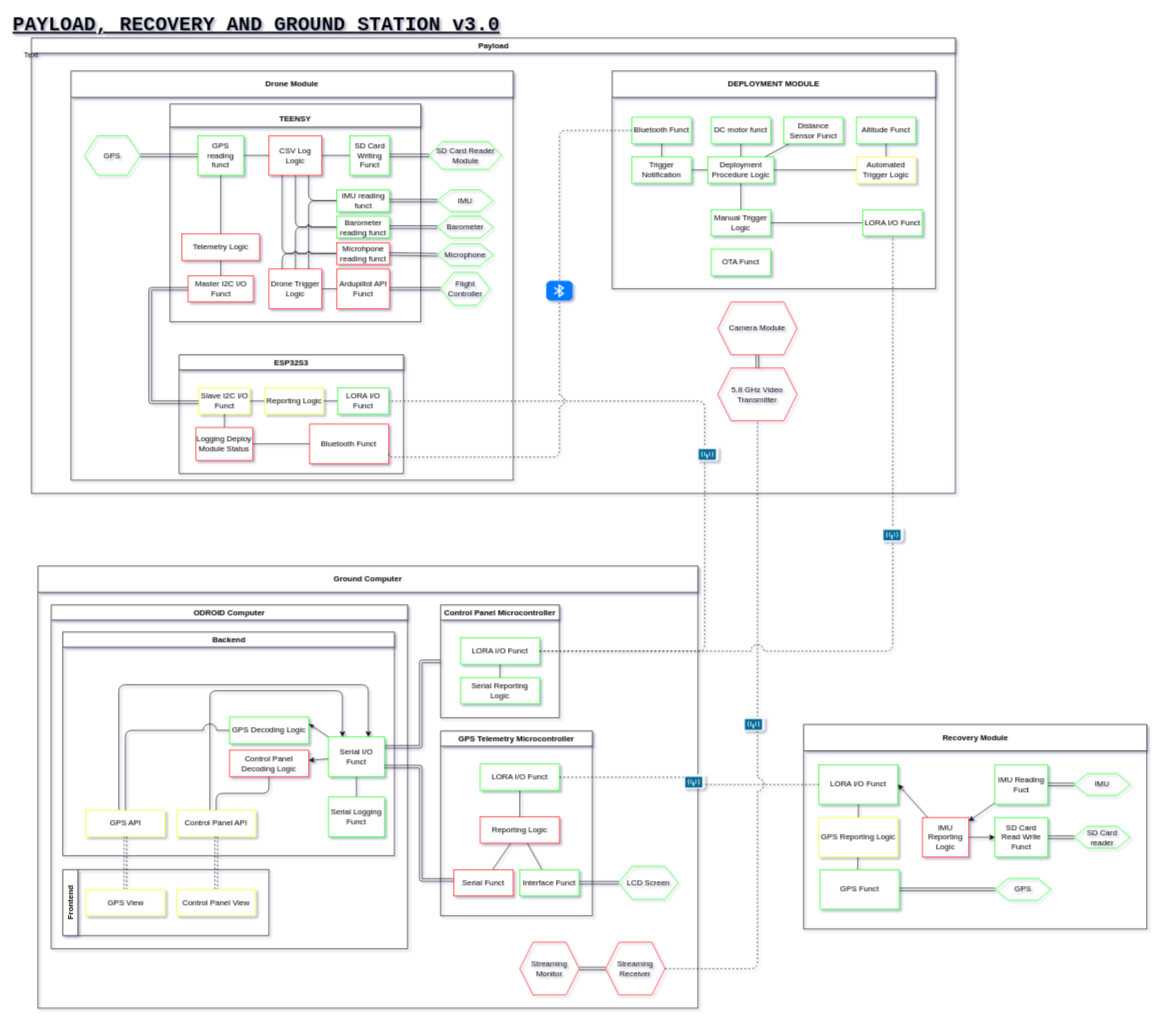
Above: page "Page-2" (1 of 6) of Design/Payload_charts.drawio in usfsoar/NSL_23-24_PayloadEECS (draw.io), before the change. Source tidied: cells renumbered, new cells numbered last; positions are measured from the earlier drawing's top-left corner, leaving out a move shared by most shapes. Both pictures are drawn from the tidied source at 66%, with x=0, y=0 at pixel (11, 11).
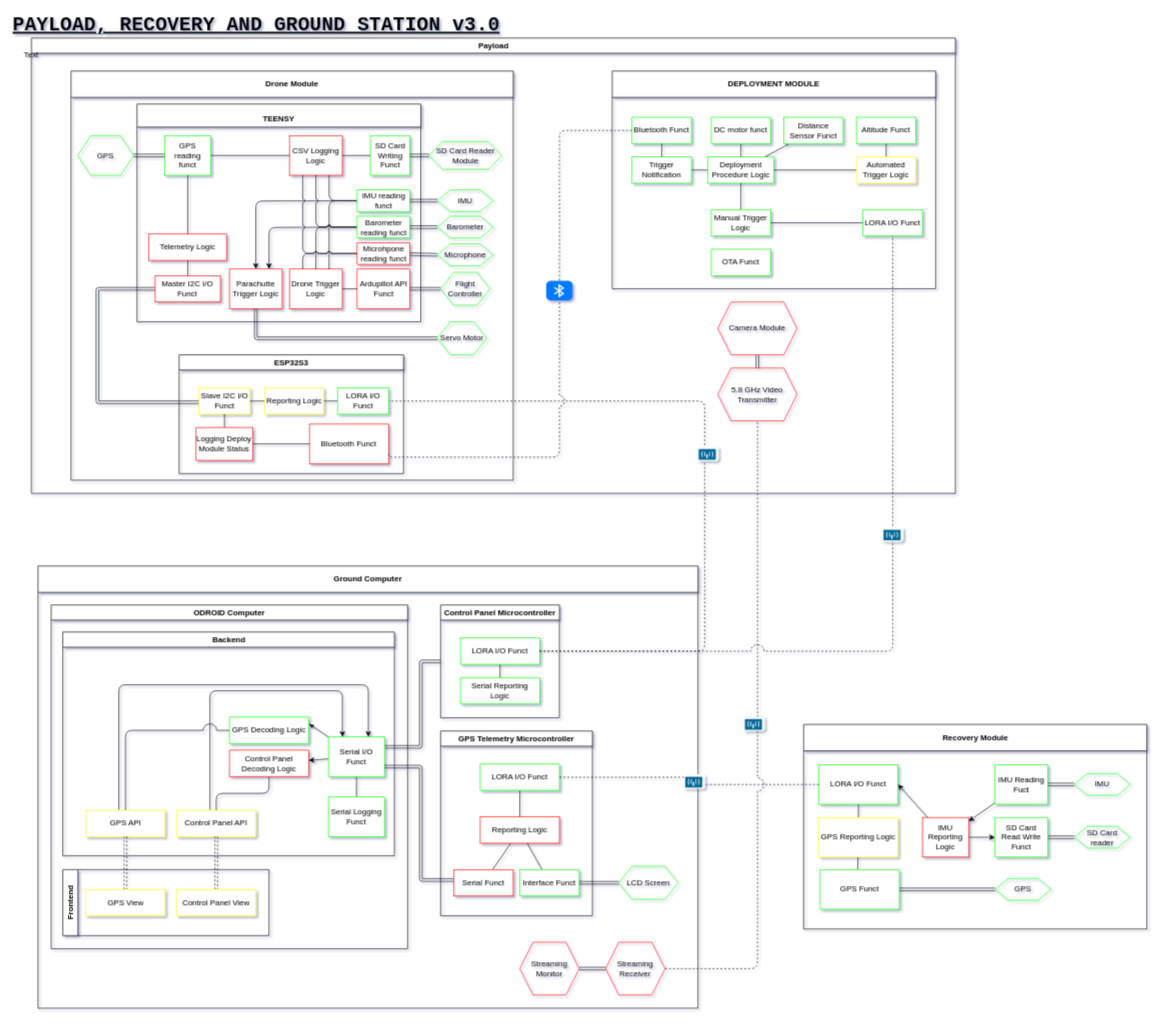
After the change.

The change refers to these unchanged cells:
```xml
<mxCell id="85" value="Drone Module" style="swimlane;whiteSpace=wrap;html=1;startSize=40;" parent="65" vertex="1">
  <mxGeometry x="60" y="50" width="670" height="620" as="geometry" />
</mxCell>
<mxCell id="89" value="Slave I2C I/O Funct" style="rounded=0;whiteSpace=wrap;html=1;strokeColor=#FFFF00;" parent="86" vertex="1">
  <mxGeometry x="30" y="50" width="77.5" height="40" as="geometry" />
</mxCell>
<mxCell id="98" value="Master I2C I/O Funct" style="rounded=0;whiteSpace=wrap;html=1;strokeColor=#FF0000;" parent="97" vertex="1">
  <mxGeometry x="27.5" y="260" width="98.8" height="40" as="geometry" />
</mxCell>
```

What changed in the source:
```diff
@@
     <mxCell id="96" style="edgeStyle=orthogonalEdgeStyle;shape=link;jumpStyle=gap;jumpSize=20;html=1;entryX=-0.005;entryY=0.547;entryDx=0;entryDy=0;fontColor=default;startArrow=none;startFill=0;endArrow=none;endFill=0;entryPerimeter=0;" parent="85" edge="1" source="98" target="89">
       <mxGeometry relative="1" as="geometry">
         <Array as="points">
-          <mxPoint x="120" y="330" />
-          <mxPoint x="120" y="502" />
+          <mxPoint x="40" y="330" />
+          <mxPoint x="40" y="502" />
         </Array>
       </mxGeometry>
     </mxCell>
     <mxCell id="97" value="&lt;font face=&quot;Helvetica&quot; style=&quot;font-size: 12px;&quot;&gt;TEENSY&lt;/font&gt;" style="swimlane;whiteSpace=wrap;html=1;labelBackgroundColor=none;fontFamily=Courier New;fontSize=30;fontColor=default;gradientColor=none;startSize=35;align=center;verticalAlign=middle;" parent="85" vertex="1">
-      <mxGeometry x="150" y="50" width="380" height="330" as="geometry" />
+      <mxGeometry x="100" y="50" width="430" height="330" as="geometry" />
     </mxCell>
@@
-    <mxCell id="100" value="CSV Log Logic" style="rounded=0;whiteSpace=wrap;html=1;strokeColor=#FF0000;" parent="97" vertex="1">
-      <mxGeometry x="150" y="48" width="80" height="60" as="geometry" />
+    <mxCell id="100" value="CSV Logging Logic" style="rounded=0;whiteSpace=wrap;html=1;strokeColor=#FF0000;" parent="97" vertex="1">
+      <mxGeometry x="231" y="48" width="80" height="60" as="geometry" />
     </mxCell>
@@
     <mxCell id="102" value="Ardupillot API Funct" style="rounded=0;whiteSpace=wrap;html=1;strokeColor=#FF0000;" parent="97" vertex="1">
-      <mxGeometry x="252.5" y="250" width="80" height="60" as="geometry" />
+      <mxGeometry x="333.5" y="250" width="80" height="60" as="geometry" />
     </mxCell>
@@
     <mxCell id="104" value="Drone Trigger Logic" style="rounded=0;whiteSpace=wrap;html=1;strokeColor=#FF0000;" parent="97" vertex="1">
-      <mxGeometry x="150" y="250" width="80" height="60" as="geometry" />
+      <mxGeometry x="231" y="250" width="80" height="60" as="geometry" />
     </mxCell>
@@
+    <mxCell id="141" style="edgeStyle=none;html=1;entryX=0.5;entryY=0;entryDx=0;entryDy=0;" parent="97" edge="1" source="107" target="143">
+      <mxGeometry relative="1" as="geometry">
+        <Array as="points">
+          <mxPoint x="180" y="147" />
+        </Array>
+      </mxGeometry>
+    </mxCell>
     <mxCell id="107" value="IMU reading funct" style="rounded=0;whiteSpace=wrap;html=1;strokeColor=#00FF00;" parent="97" vertex="1">
-      <mxGeometry x="252.5" y="130" width="80" height="33" as="geometry" />
+      <mxGeometry x="333.5" y="130" width="80" height="33" as="geometry" />
     </mxCell>
@@
+    <mxCell id="142" style="edgeStyle=none;html=1;entryX=0.75;entryY=0;entryDx=0;entryDy=0;jumpStyle=arc;" parent="97" edge="1" source="110" target="143">
+      <mxGeometry relative="1" as="geometry">
+        <Array as="points">
+          <mxPoint x="200" y="187" />
+        </Array>
+      </mxGeometry>
+    </mxCell>
     <mxCell id="110" value="Barometer reading funct" style="rounded=0;whiteSpace=wrap;html=1;strokeColor=#00FF00;" parent="97" vertex="1">
-      <mxGeometry x="252.5" y="170" width="80" height="33" as="geometry" />
+      <mxGeometry x="333.5" y="170" width="80" height="33" as="geometry" />
     </mxCell>
@@
     <mxCell id="113" value="Microhpone reading funct" style="rounded=0;whiteSpace=wrap;html=1;strokeColor=#FF0000;" parent="97" vertex="1">
-      <mxGeometry x="252.5" y="210" width="80" height="33" as="geometry" />
+      <mxGeometry x="333.5" y="210" width="80" height="33" as="geometry" />
     </mxCell>
@@
     <mxCell id="117" value="SD Card Writing Funct" style="rounded=0;whiteSpace=wrap;html=1;strokeColor=#00FF00;" parent="97" vertex="1">
-      <mxGeometry x="272.5" y="48" width="60" height="60" as="geometry" />
+      <mxGeometry x="353.5" y="48" width="60" height="60" as="geometry" />
     </mxCell>
@@
+    <mxCell id="143" value="Parachutte Trigger Logic" style="rounded=0;whiteSpace=wrap;html=1;strokeColor=#FF0000;" parent="97" vertex="1">
+      <mxGeometry x="140" y="250" width="80" height="60" as="geometry" />
+    </mxCell>
@@
     <mxCell id="125" value="GPS" style="shape=hexagon;perimeter=hexagonPerimeter2;whiteSpace=wrap;html=1;fixedSize=1;strokeColor=#00FF00;fillColor=none;" parent="85" vertex="1">
-      <mxGeometry x="20" y="98" width="85" height="60" as="geometry" />
+      <mxGeometry x="10" y="98" width="85" height="60" as="geometry" />
     </mxCell>
@@
+    <mxCell id="144" value="Servo Motor" style="shape=hexagon;perimeter=hexagonPerimeter2;whiteSpace=wrap;html=1;fixedSize=1;strokeColor=#00FF00;fillColor=none;" parent="85" vertex="1">
+      <mxGeometry x="555" y="380" width="75" height="50" as="geometry" />
+    </mxCell>
+    <mxCell id="145" style="edgeStyle=orthogonalEdgeStyle;jumpStyle=arc;html=1;entryX=0;entryY=0.5;entryDx=0;entryDy=0;shape=link;" parent="85" edge="1" source="143" target="144">
+      <mxGeometry relative="1" as="geometry">
+        <Array as="points">
+          <mxPoint x="280" y="405" />
+        </Array>
+      </mxGeometry>
+    </mxCell>
```
